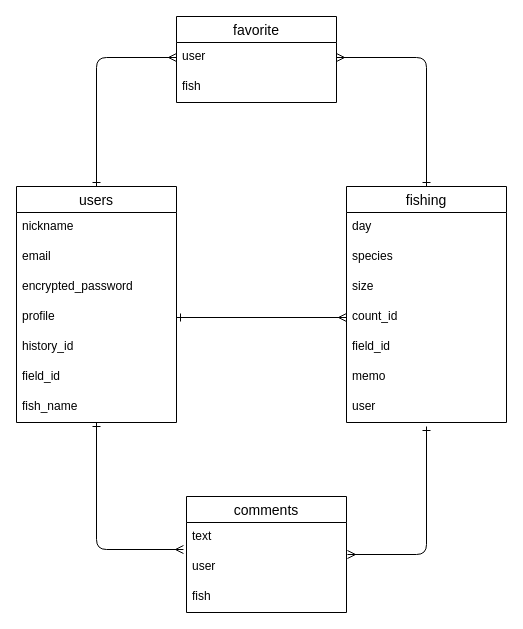
Above: blank.dio in sfsf700/fnoblank (draw.io), before the change. Source tidied: cells renumbered, new cells numbered last; positions are measured from the earlier drawing's top-left corner, leaving out a move shared by most shapes. Both pictures are drawn from the tidied source at 100%, with x=0, y=0 at pixel (16, 16).
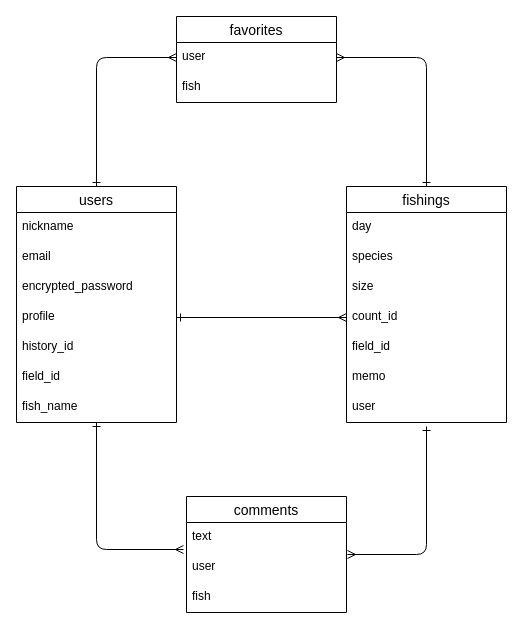
After the change.

Change to the diagram source:
```diff
@@
-    <mxCell id="12" value="fishing" style="swimlane;fontStyle=0;horizontal=1;startSize=26;align=center;fontSize=14;" parent="1" vertex="1">
+    <mxCell id="12" value="fishings" style="swimlane;fontStyle=0;horizontal=1;startSize=26;align=center;fontSize=14;" parent="1" vertex="1">
       <mxGeometry x="330" y="170" width="160" height="236" as="geometry" />
     </mxCell>
@@
-    <mxCell id="27" value="favorite" style="swimlane;fontStyle=0;horizontal=1;startSize=26;align=center;fontSize=14;" parent="1" vertex="1">
+    <mxCell id="27" value="favorites" style="swimlane;fontStyle=0;horizontal=1;startSize=26;align=center;fontSize=14;" parent="1" vertex="1">
       <mxGeometry x="160" width="160" height="86" as="geometry" />
     </mxCell>
```
